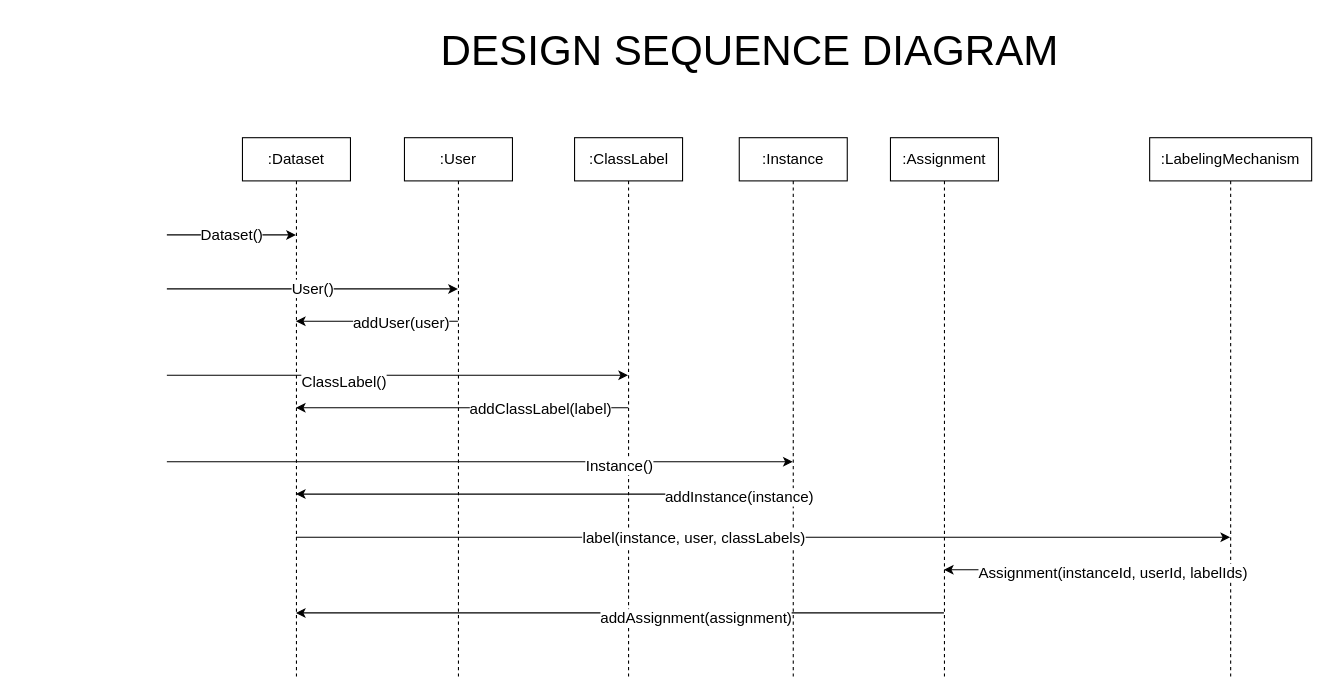
Earlier version of the draw.io diagram page "DSD" (3 of 3) of iteration2/DCD.drawio (alperdokay/CSE3063F20P1_GRP20). Source tidied: cells renumbered, new cells numbered last; positions are measured from the earlier drawing's top-left corner, leaving out a move shared by most shapes. Both pictures are drawn from the tidied source at 108%, with x=0, y=0 at pixel (166, 18).
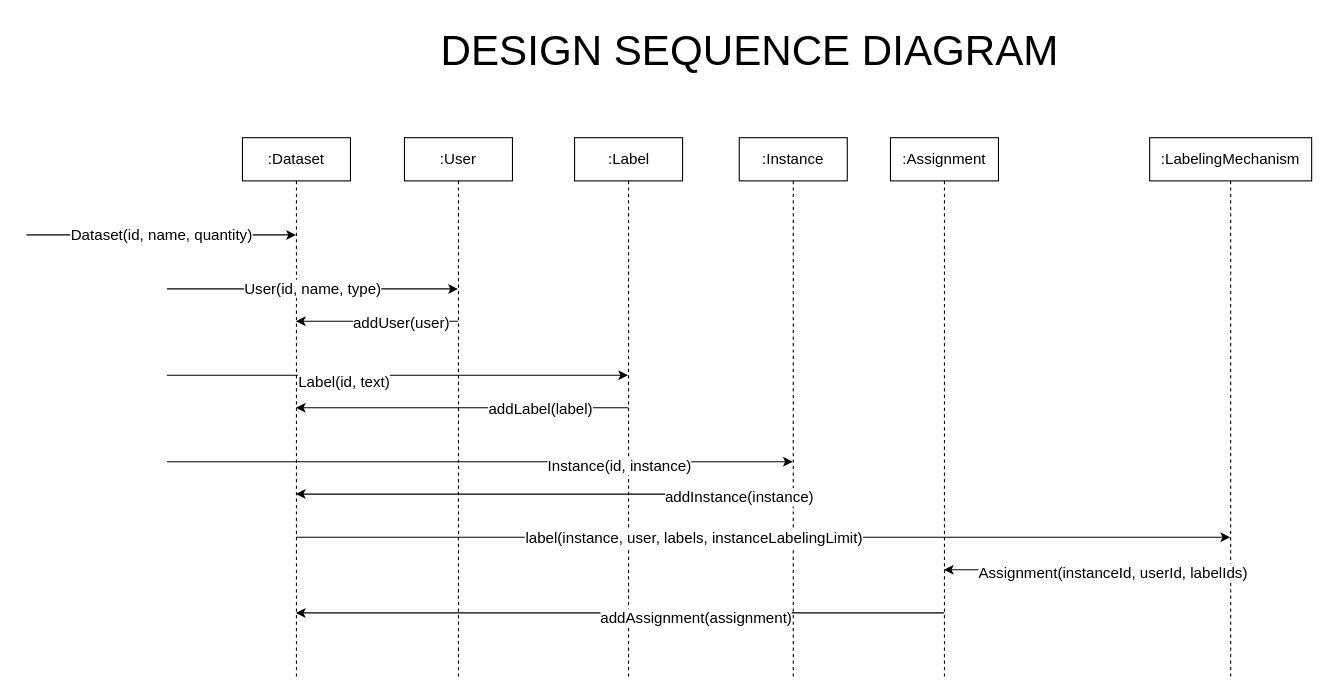
The same diagram, later.

Unchanged cells that the change refers to:
```xml
<mxCell id="2" value=":Dataset" style="shape=umlLifeline;perimeter=lifelinePerimeter;whiteSpace=wrap;html=1;outlineConnect=0;fontSize=14;" parent="1" vertex="1">
  <mxGeometry x="70" y="110" width="100" height="500" as="geometry" />
</mxCell>
<mxCell id="3" value=":User" style="shape=umlLifeline;perimeter=lifelinePerimeter;whiteSpace=wrap;html=1;outlineConnect=0;fontSize=14;" parent="1" vertex="1">
  <mxGeometry x="220" y="110" width="100" height="500" as="geometry" />
</mxCell>
<mxCell id="10" style="endArrow=classic;html=1;fontSize=14;" parent="1" edge="1" target="4">
  <mxGeometry relative="1" as="geometry">
    <mxPoint y="330" as="sourcePoint" />
  </mxGeometry>
</mxCell>
<mxCell id="14" style="endArrow=classic;html=1;fontSize=14;" parent="1" edge="1" source="4" target="2">
  <mxGeometry relative="1" as="geometry" />
</mxCell>
<mxCell id="16" style="endArrow=classic;html=1;fontSize=14;" parent="1" edge="1" target="5">
  <mxGeometry relative="1" as="geometry">
    <mxPoint y="410" as="sourcePoint" />
  </mxGeometry>
</mxCell>
<mxCell id="20" style="endArrow=classic;html=1;fontSize=14;" parent="1" edge="1" source="2" target="7">
  <mxGeometry relative="1" as="geometry">
    <Array as="points">
      <mxPoint x="690" y="480" />
    </Array>
  </mxGeometry>
</mxCell>
```

The edit, as a diff of the source:
```diff
@@
-    <mxCell id="4" value=":ClassLabel" style="shape=umlLifeline;perimeter=lifelinePerimeter;whiteSpace=wrap;html=1;outlineConnect=0;fontSize=14;" parent="1" vertex="1">
+    <mxCell id="4" value=":Label" style="shape=umlLifeline;perimeter=lifelinePerimeter;whiteSpace=wrap;html=1;outlineConnect=0;fontSize=14;" parent="1" vertex="1">
       <mxGeometry x="377.5" y="110" width="100" height="500" as="geometry" />
     </mxCell>
@@
-    <mxCell id="8" value="Dataset()" style="endArrow=classic;html=1;fontSize=14;" parent="1" edge="1" target="2">
+    <mxCell id="8" value="Dataset(id, name, quantity)" style="endArrow=classic;html=1;fontSize=14;" parent="1" edge="1" target="2">
       <mxGeometry relative="1" as="geometry">
-        <mxPoint y="200" as="sourcePoint" />
+        <mxPoint x="-130" y="200" as="sourcePoint" />
       </mxGeometry>
     </mxCell>
-    <mxCell id="9" value="User()" style="endArrow=classic;html=1;fontSize=14;" parent="1" edge="1" target="3">
+    <mxCell id="9" value="User(id, name, type)" style="endArrow=classic;html=1;fontSize=14;" parent="1" edge="1" target="3">
       <mxGeometry relative="1" as="geometry">
         <mxPoint y="250" as="sourcePoint" />
       </mxGeometry>
     </mxCell>
@@
-    <mxCell id="11" value="ClassLabel()" style="edgeLabel;html=1;align=center;verticalAlign=middle;fontSize=14;" parent="10" vertex="1">
+    <mxCell id="11" value="Label(id, text)" style="edgeLabel;html=1;align=center;verticalAlign=middle;fontSize=14;" parent="10" vertex="1">
       <mxGeometry x="-0.24" y="-5" relative="1" as="geometry">
         <mxPoint x="1" as="offset" />
       </mxGeometry>
     </mxCell>
@@
-    <mxCell id="15" value="addClassLabel(label)" style="edgeLabel;html=1;align=center;verticalAlign=middle;fontSize=14;" parent="14" vertex="1">
+    <mxCell id="15" value="addLabel(label)" style="edgeLabel;html=1;align=center;verticalAlign=middle;fontSize=14;" parent="14" vertex="1">
       <mxGeometry x="-0.46" relative="1" as="geometry">
         <mxPoint x="1" as="offset" />
       </mxGeometry>
     </mxCell>
@@
-    <mxCell id="17" value="Instance()" style="edgeLabel;html=1;align=center;verticalAlign=middle;fontSize=14;" parent="16" vertex="1">
+    <mxCell id="17" value="Instance(id, instance)" style="edgeLabel;html=1;align=center;verticalAlign=middle;fontSize=14;" parent="16" vertex="1">
       <mxGeometry x="0.35" y="-3" relative="1" as="geometry">
         <mxPoint x="27.5" as="offset" />
       </mxGeometry>
     </mxCell>
@@
-    <mxCell id="21" value="label(instance,&amp;nbsp;user, classLabels)" style="edgeLabel;html=1;align=center;verticalAlign=middle;fontSize=14;" parent="20" vertex="1">
+    <mxCell id="21" value="label(instance,&amp;nbsp;user, labels, instanceLabelingLimit)" style="edgeLabel;html=1;align=center;verticalAlign=middle;fontSize=14;" parent="20" vertex="1">
       <mxGeometry x="-0.15" relative="1" as="geometry" />
     </mxCell>
```
